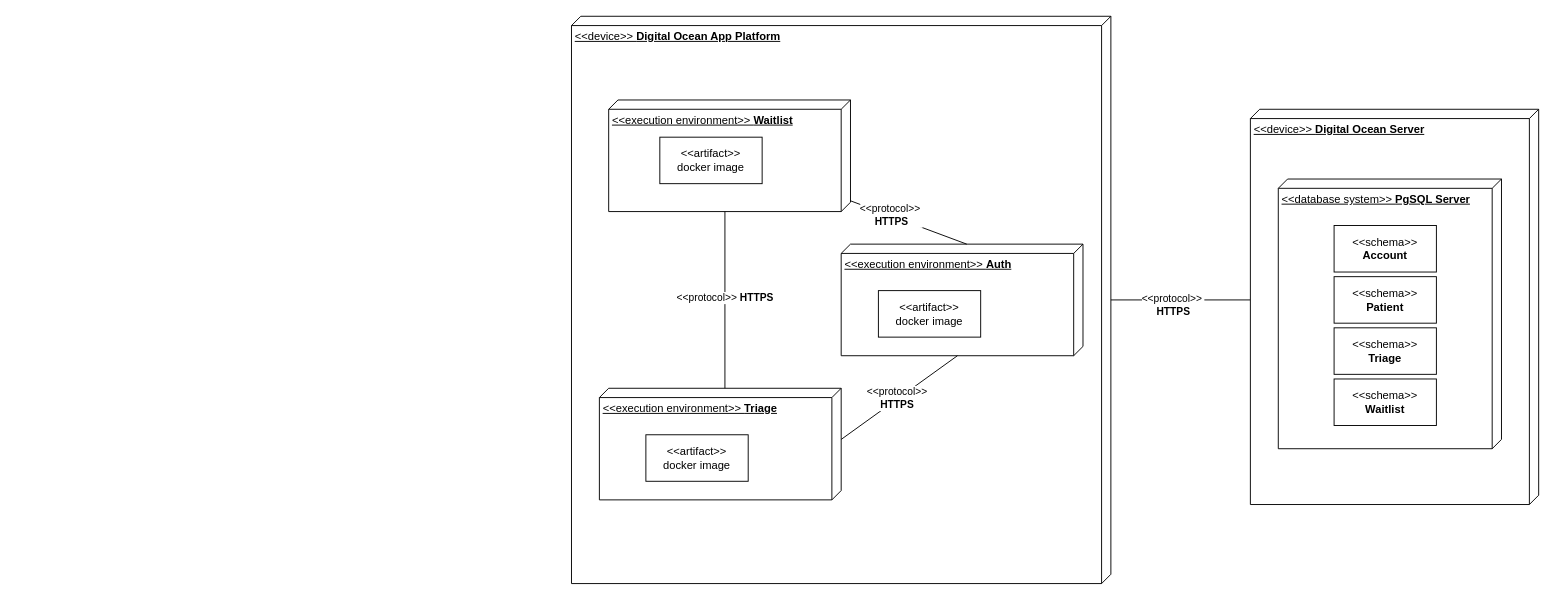
uvic-teach/project-m1-team1 keeps this draw.io diagram as images/deployment_diagram.drawio. Above is the earlier version. Source tidied: cells renumbered, new cells numbered last; positions are measured from the earlier drawing's top-left corner, leaving out a move shared by most shapes. Both pictures are drawn from the tidied source at 93%, with x=0, y=0 at pixel (571, 16).
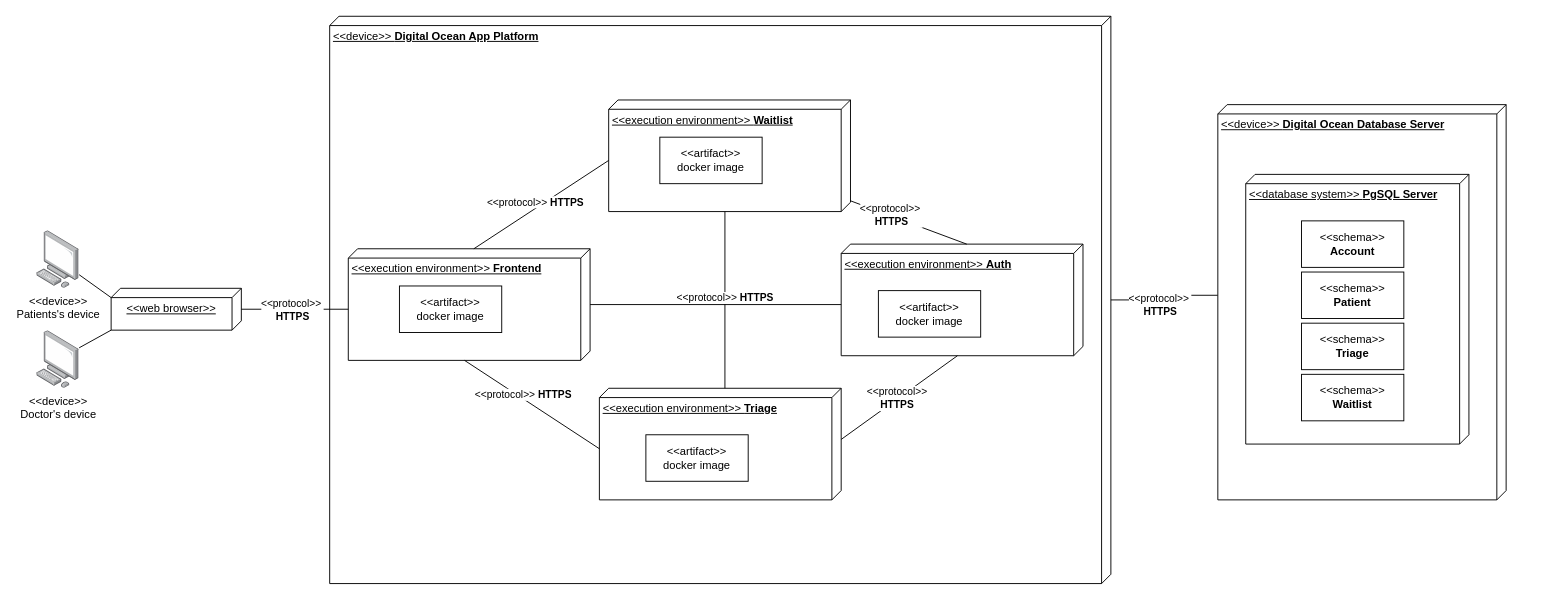
After the change.

Unchanged cells that the change refers to:
```xml
<mxCell id="4" value="&amp;lt;&amp;lt;execution environment&amp;gt;&amp;gt; &lt;b&gt;Waitlist&lt;/b&gt;" style="verticalAlign=top;align=left;spacingTop=8;spacingLeft=2;spacingRight=12;shape=cube;size=10;direction=south;fontStyle=4;html=1;whiteSpace=wrap;" parent="3" vertex="1">
  <mxGeometry width="260" height="120" as="geometry" />
</mxCell>
<mxCell id="7" value="&amp;lt;&amp;lt;execution environment&amp;gt;&amp;gt; &lt;b&gt;Triage&lt;/b&gt;" style="verticalAlign=top;align=left;spacingTop=8;spacingLeft=2;spacingRight=12;shape=cube;size=10;direction=south;fontStyle=4;html=1;whiteSpace=wrap;" parent="6" vertex="1">
  <mxGeometry width="260" height="120" as="geometry" />
</mxCell>
<mxCell id="10" value="&amp;lt;&amp;lt;execution environment&amp;gt;&amp;gt; &lt;b&gt;Auth&lt;/b&gt;" style="verticalAlign=top;align=left;spacingTop=8;spacingLeft=2;spacingRight=12;shape=cube;size=10;direction=south;fontStyle=4;html=1;whiteSpace=wrap;" parent="9" vertex="1">
  <mxGeometry width="260" height="120" as="geometry" />
</mxCell>
```

Diff of the diagram source:
```diff
@@
     <mxCell id="2" value="&amp;lt;&amp;lt;device&amp;gt;&amp;gt; &lt;b&gt;Digital Ocean App Platform&lt;/b&gt;" style="verticalAlign=top;align=left;spacingTop=8;spacingLeft=2;spacingRight=12;shape=cube;size=10;direction=south;fontStyle=4;html=1;whiteSpace=wrap;" parent="1" vertex="1">
-      <mxGeometry width="580" height="610" as="geometry" />
+      <mxGeometry x="-260" width="840" height="610" as="geometry" />
     </mxCell>
@@
     <mxCell id="20" style="group;" parent="1" vertex="1">
-      <mxGeometry x="730" y="105" width="310" height="420" as="geometry" />
+      <mxGeometry x="695" y="100" width="310" height="420" as="geometry" />
     </mxCell>
-    <mxCell id="21" value="&amp;lt;&amp;lt;device&amp;gt;&amp;gt; &lt;b&gt;Digital Ocean Server&lt;/b&gt;" style="verticalAlign=top;align=left;spacingTop=8;spacingLeft=2;spacingRight=12;shape=cube;size=10;direction=south;fontStyle=4;html=1;whiteSpace=wrap;" parent="20" vertex="1">
+    <mxCell id="21" value="&amp;lt;&amp;lt;device&amp;gt;&amp;gt; &lt;b&gt;Digital Ocean Database Server&lt;/b&gt;" style="verticalAlign=top;align=left;spacingTop=8;spacingLeft=2;spacingRight=12;shape=cube;size=10;direction=south;fontStyle=4;html=1;whiteSpace=wrap;" parent="20" vertex="1">
       <mxGeometry y="-5" width="310" height="425" as="geometry" />
     </mxCell>
@@
+    <mxCell id="27" style="group;" parent="1" vertex="1">
+      <mxGeometry x="-240" y="250" width="260" height="120" as="geometry" />
+    </mxCell>
+    <mxCell id="28" value="&amp;lt;&amp;lt;execution environment&amp;gt;&amp;gt; &lt;b&gt;Frontend&lt;/b&gt;" style="verticalAlign=top;align=left;spacingTop=8;spacingLeft=2;spacingRight=12;shape=cube;size=10;direction=south;fontStyle=4;html=1;whiteSpace=wrap;" parent="27" vertex="1">
+      <mxGeometry width="260" height="120" as="geometry" />
+    </mxCell>
+    <mxCell id="29" value="&amp;lt;&amp;lt;artifact&amp;gt;&amp;gt;&lt;br&gt;docker image" style="html=1;whiteSpace=wrap;" parent="27" vertex="1">
+      <mxGeometry x="55" y="40" width="110" height="50" as="geometry" />
+    </mxCell>
+    <mxCell id="30" style="rounded=0;jettySize=auto;html=1;entryX=0;entryY=0;entryDx=65;entryDy=260;entryPerimeter=0;exitX=0;exitY=0;exitDx=0;exitDy=125;exitPerimeter=0;endArrow=none;endFill=0;" parent="1" edge="1" source="28" target="4">
+      <mxGeometry relative="1" as="geometry" />
+    </mxCell>
+    <mxCell id="31" value="&amp;lt;&amp;lt;protocol&amp;gt;&amp;gt;&amp;nbsp;&lt;b style=&quot;border-color: var(--border-color);&quot;&gt;HTTPS&lt;/b&gt;" style="edgeLabel;html=1;align=center;verticalAlign=middle;" parent="30" vertex="1">
+      <mxGeometry x="0.27" y="1" relative="1" as="geometry">
+        <mxPoint x="-26" y="11" as="offset" />
+      </mxGeometry>
+    </mxCell>
+    <mxCell id="32" style="rounded=0;jettySize=auto;html=1;entryX=0;entryY=0;entryDx=65;entryDy=260;entryPerimeter=0;endArrow=none;endFill=0;" parent="1" edge="1" source="28" target="10">
+      <mxGeometry relative="1" as="geometry" />
+    </mxCell>
+    <mxCell id="33" style="rounded=0;jettySize=auto;html=1;entryX=0;entryY=0;entryDx=65;entryDy=260;entryPerimeter=0;exitX=0;exitY=0;exitDx=120;exitDy=135;exitPerimeter=0;endArrow=none;endFill=0;" parent="1" edge="1" source="28" target="7">
+      <mxGeometry relative="1" as="geometry" />
+    </mxCell>
+    <mxCell id="34" value="&amp;lt;&amp;lt;protocol&amp;gt;&amp;gt;&amp;nbsp;&lt;b style=&quot;border-color: var(--border-color);&quot;&gt;HTTPS&lt;/b&gt;" style="edgeLabel;html=1;align=center;verticalAlign=middle;" parent="33" vertex="1">
+      <mxGeometry x="-0.17" y="4" relative="1" as="geometry" />
+    </mxCell>
+    <mxCell id="35" style="group;" parent="1" vertex="1">
+      <mxGeometry x="-495" y="292.5" width="140" height="45" as="geometry" />
+    </mxCell>
+    <mxCell id="36" value="&amp;lt;&amp;lt;web browser&amp;gt;&amp;gt;" style="verticalAlign=top;align=center;spacingTop=8;spacingLeft=2;spacingRight=12;shape=cube;size=10;direction=south;fontStyle=4;html=1;whiteSpace=wrap;" parent="35" vertex="1">
+      <mxGeometry width="140" height="45" as="geometry" />
+    </mxCell>
+    <mxCell id="37" style="edgeStyle=orthogonalEdgeStyle;rounded=0;jettySize=auto;html=1;entryX=0;entryY=0;entryDx=65;entryDy=260;entryPerimeter=0;endArrow=none;endFill=0;" parent="1" edge="1" source="36" target="28">
+      <mxGeometry relative="1" as="geometry" />
+    </mxCell>
+    <mxCell id="38" value="&amp;lt;&amp;lt;protocol&amp;gt;&amp;gt;&amp;nbsp;&lt;br&gt;&lt;b style=&quot;border-color: var(--border-color);&quot;&gt;HTTPS&lt;/b&gt;" style="edgeLabel;html=1;align=center;verticalAlign=middle;fillColor=none;" parent="37" vertex="1">
+      <mxGeometry x="-0.2" y="-2" relative="1" as="geometry">
+        <mxPoint x="8" y="-2" as="offset" />
+      </mxGeometry>
+    </mxCell>
+    <mxCell id="39" value="&amp;lt;&amp;lt;device&amp;gt;&amp;gt;&lt;br&gt;Patients's device" style="image;points=[];html=1;align=center;shadow=0;dashed=0;image=img/lib/allied_telesis/computer_and_terminals/Personal_Computer.svg;" parent="1" vertex="1">
+      <mxGeometry x="-575" y="230.7" width="45.6" height="61.8" as="geometry" />
+    </mxCell>
+    <mxCell id="40" value="&amp;lt;&amp;lt;device&amp;gt;&amp;gt;&lt;br&gt;Doctor's device" style="image;points=[];html=1;align=center;shadow=0;dashed=0;image=img/lib/allied_telesis/computer_and_terminals/Personal_Computer.svg;" parent="1" vertex="1">
+      <mxGeometry x="-575" y="338.2" width="45.6" height="61.8" as="geometry" />
+    </mxCell>
+    <mxCell id="41" style="rounded=0;jettySize=auto;html=1;entryX=1;entryY=1;entryDx=0;entryDy=0;entryPerimeter=0;endArrow=none;endFill=0;" parent="1" edge="1" source="40" target="36">
+      <mxGeometry relative="1" as="geometry" />
+    </mxCell>
+    <mxCell id="42" style="rounded=0;jettySize=auto;html=1;entryX=0;entryY=0;entryDx=10;entryDy=140;entryPerimeter=0;endArrow=none;endFill=0;" parent="1" edge="1" source="39" target="36">
+      <mxGeometry relative="1" as="geometry" />
+    </mxCell>
```
